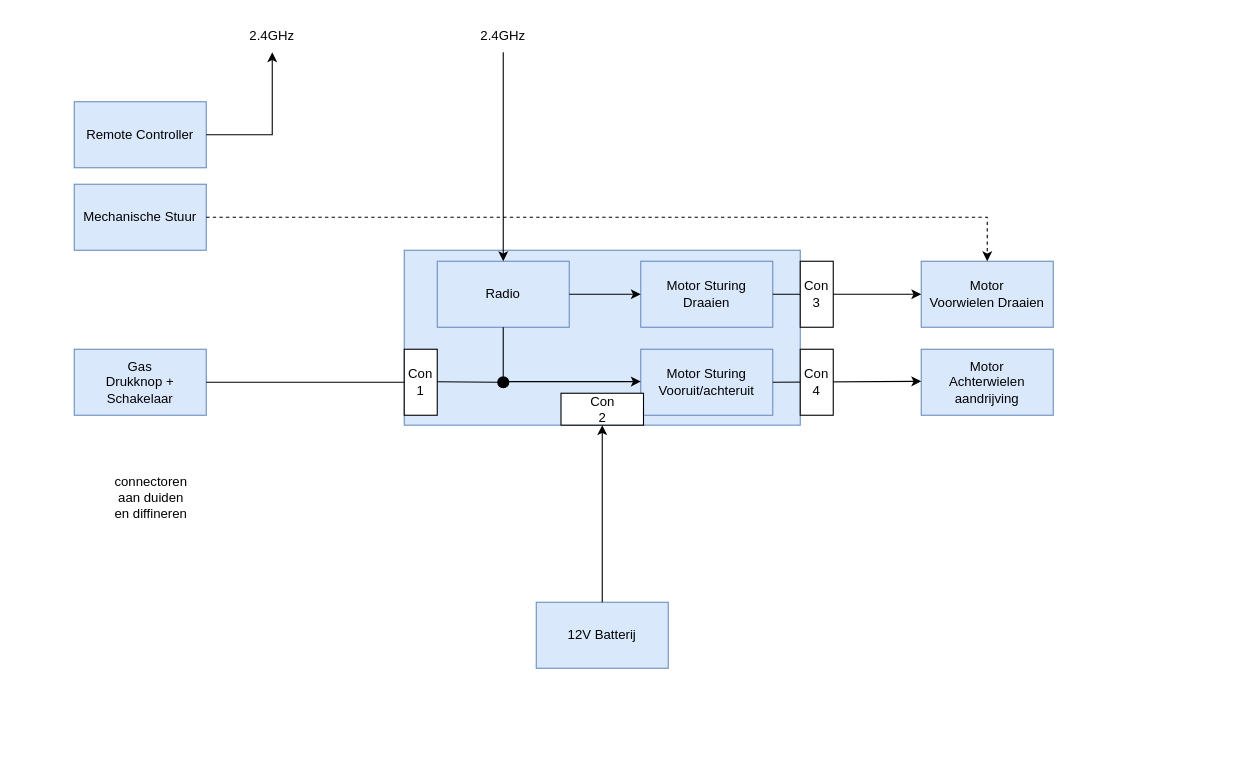
Before: page "blokdiagram huidig architectuur met connectoren" (6 of 7) of ArchitectuurDocumenten/Architectuur.drawio in vives-project-xp/GoBabyGo2.0, a draw.io diagram. Source tidied: cells renumbered, new cells numbered last; positions are measured from the earlier drawing's top-left corner, leaving out a move shared by most shapes. Both pictures are drawn from the tidied source at 110%, with x=0, y=0 at pixel (74, 19).
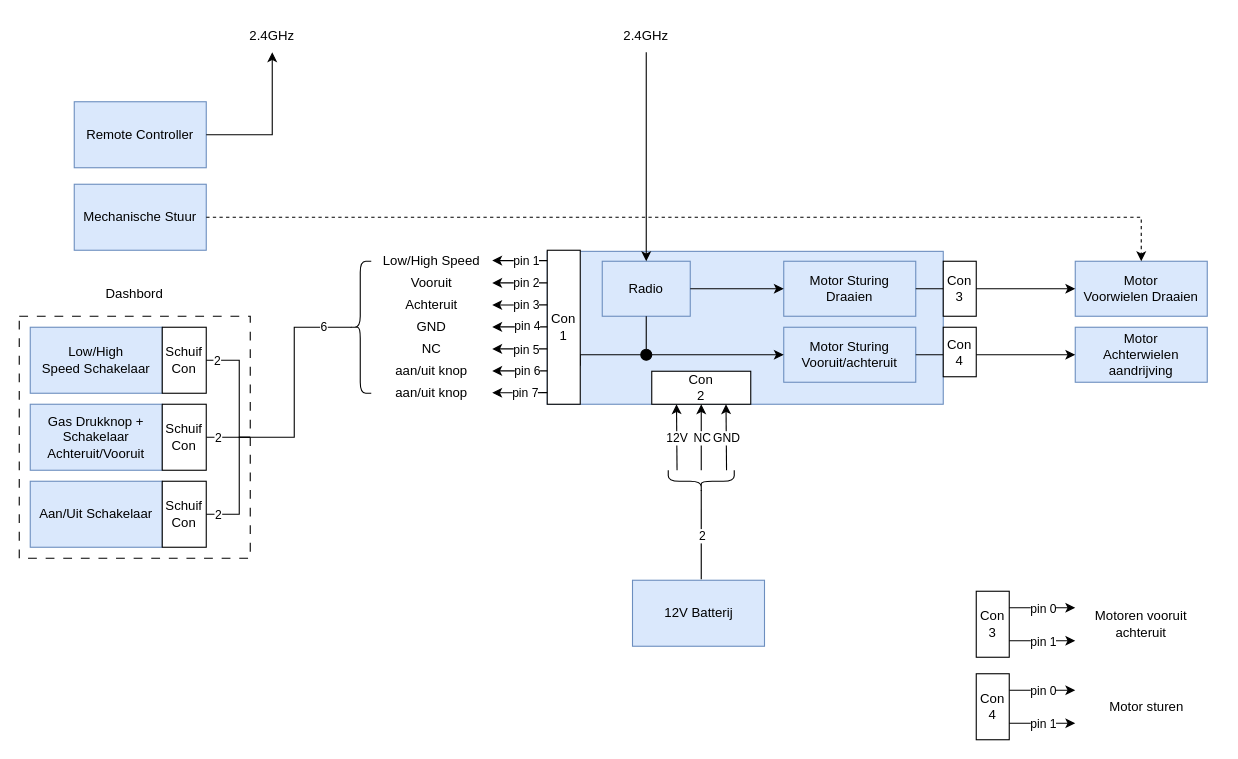
The same page after the edit.

The change refers to these unchanged cells:
```xml
<mxCell id="18" value="Mechanische Stuur" style="rounded=0;whiteSpace=wrap;html=1;fillColor=#dae8fc;strokeColor=#6c8ebf;" parent="1" vertex="1">
  <mxGeometry y="150" width="120" height="60" as="geometry" />
</mxCell>
```

What changed in the source:
```diff
@@
+    <mxCell id="31" style="rounded=0;whiteSpace=wrap;html=1;fillColor=none;dashed=1;dashPattern=8 8;" parent="1" vertex="1">
+      <mxGeometry x="-50" y="270" width="210" height="220" as="geometry" />
+    </mxCell>
     <mxCell id="2" style="rounded=0;whiteSpace=wrap;html=1;fillColor=#dae8fc;strokeColor=#6c8ebf;" parent="1" vertex="1">
-      <mxGeometry x="300" y="210" width="360" height="159" as="geometry" />
+      <mxGeometry x="430" y="211" width="360" height="139" as="geometry" />
     </mxCell>
     <mxCell id="3" value="Motor Sturing&lt;br&gt;Draaien" style="rounded=0;whiteSpace=wrap;html=1;fillColor=#dae8fc;strokeColor=#6c8ebf;" parent="1" vertex="1">
-      <mxGeometry x="515" y="220" width="120" height="60" as="geometry" />
+      <mxGeometry x="645" y="220" width="120" height="50" as="geometry" />
     </mxCell>
     <mxCell id="4" value="Motor Sturing&lt;br&gt;Vooruit/achteruit" style="rounded=0;whiteSpace=wrap;html=1;fillColor=#dae8fc;strokeColor=#6c8ebf;" parent="1" vertex="1">
-      <mxGeometry x="515" y="300" width="120" height="60" as="geometry" />
+      <mxGeometry x="645" y="280" width="120" height="50" as="geometry" />
     </mxCell>
     <mxCell id="5" value="Radio" style="rounded=0;whiteSpace=wrap;html=1;fillColor=#dae8fc;strokeColor=#6c8ebf;" parent="1" vertex="1">
-      <mxGeometry x="330" y="220" width="120" height="60" as="geometry" />
+      <mxGeometry x="480" y="220" width="80" height="50" as="geometry" />
     </mxCell>
@@
     <mxCell id="8" value="2.4GHz" style="text;html=1;strokeColor=none;fillColor=none;align=center;verticalAlign=middle;whiteSpace=wrap;rounded=0;" parent="1" vertex="1">
-      <mxGeometry x="360" width="60" height="30" as="geometry" />
+      <mxGeometry x="490" width="60" height="30" as="geometry" />
     </mxCell>
-    <mxCell id="9" value="Gas&lt;br&gt;Drukknop + Schakelaar" style="rounded=0;whiteSpace=wrap;html=1;fillColor=#dae8fc;strokeColor=#6c8ebf;" parent="1" vertex="1">
-      <mxGeometry y="300" width="120" height="60" as="geometry" />
+    <mxCell id="9" value="Gas Drukknop + Schakelaar Achteruit/Vooruit" style="rounded=0;whiteSpace=wrap;html=1;fillColor=#dae8fc;strokeColor=#6c8ebf;" parent="1" vertex="1">
+      <mxGeometry x="-40" y="350" width="120" height="60" as="geometry" />
     </mxCell>
-    <mxCell id="10" style="endArrow=classic;html=1;rounded=0;exitX=1;exitY=0.5;exitDx=0;exitDy=0;entryX=0;entryY=0.5;entryDx=0;entryDy=0;" parent="1" edge="1">
-      <mxGeometry relative="1" as="geometry">
-        <mxPoint x="395" y="329.4" as="sourcePoint" />
-        <mxPoint x="515" y="329.4" as="targetPoint" />
-      </mxGeometry>
+    <mxCell id="10" style="endArrow=classic;html=1;rounded=0;entryX=0;entryY=0.5;entryDx=0;entryDy=0;exitX=1;exitY=0.5;exitDx=0;exitDy=0;" parent="1" edge="1" source="21" target="4">
+      <mxGeometry relative="1" as="geometry" />
     </mxCell>
     <mxCell id="11" value="Motor&lt;br&gt;Achterwielen aandrijving" style="rounded=0;whiteSpace=wrap;html=1;fillColor=#dae8fc;strokeColor=#6c8ebf;" parent="1" vertex="1">
-      <mxGeometry x="770" y="300" width="120" height="60" as="geometry" />
+      <mxGeometry x="910" y="280" width="120" height="50" as="geometry" />
     </mxCell>
-    <mxCell id="12" style="endArrow=classic;html=1;rounded=0;exitX=1;exitY=0.5;exitDx=0;exitDy=0;entryX=0;entryY=0.5;entryDx=0;entryDy=0;" parent="1" edge="1" source="4">
-      <mxGeometry relative="1" as="geometry">
-        <mxPoint x="770" y="329.2" as="targetPoint" />
-      </mxGeometry>
+    <mxCell id="12" style="endArrow=classic;html=1;rounded=0;exitX=1;exitY=0.5;exitDx=0;exitDy=0;entryX=0;entryY=0.5;entryDx=0;entryDy=0;" parent="1" edge="1" source="4" target="11">
+      <mxGeometry relative="1" as="geometry" />
     </mxCell>
     <mxCell id="13" value="Motor&lt;br&gt;Voorwielen Draaien" style="rounded=0;whiteSpace=wrap;html=1;fillColor=#dae8fc;strokeColor=#6c8ebf;" parent="1" vertex="1">
-      <mxGeometry x="770" y="220" width="120" height="60" as="geometry" />
+      <mxGeometry x="910" y="220" width="120" height="50" as="geometry" />
     </mxCell>
@@
     <mxCell id="19" style="endArrow=classic;html=1;rounded=0;exitX=1;exitY=0.5;exitDx=0;exitDy=0;entryX=0.5;entryY=0;entryDx=0;entryDy=0;dashed=1;" parent="1" edge="1" source="18" target="13">
       <mxGeometry relative="1" as="geometry">
         <Array as="points">
-          <mxPoint x="830" y="180" />
+          <mxPoint x="970" y="180" />
         </Array>
       </mxGeometry>
     </mxCell>
-    <mxCell id="20" style="endArrow=none;html=1;rounded=0;exitX=0;exitY=0.75;exitDx=0;exitDy=0;entryX=0;entryY=0.5;entryDx=0;entryDy=0;endFill=0;" parent="1" edge="1" source="2" target="21">
-      <mxGeometry relative="1" as="geometry" />
+    <mxCell id="20" style="endArrow=none;html=1;rounded=0;exitX=1;exitY=0.75;exitDx=0;exitDy=0;entryX=0;entryY=0.5;entryDx=0;entryDy=0;endFill=0;" parent="1" edge="1" source="27" target="21">
+      <mxGeometry relative="1" as="geometry">
+        <Array as="points">
+          <mxPoint x="460" y="305" />
+        </Array>
+      </mxGeometry>
     </mxCell>
     <mxCell id="21" style="ellipse;whiteSpace=wrap;html=1;fillColor=#000000;" parent="1" vertex="1">
-      <mxGeometry x="385" y="325" width="10" height="10" as="geometry" />
+      <mxGeometry x="515" y="300" width="10" height="10" as="geometry" />
     </mxCell>
@@
     <mxCell id="23" value="12V Batterij" style="rounded=0;whiteSpace=wrap;html=1;fillColor=#dae8fc;strokeColor=#6c8ebf;" parent="1" vertex="1">
-      <mxGeometry x="420" y="530" width="120" height="60" as="geometry" />
+      <mxGeometry x="507.5" y="510" width="120" height="60" as="geometry" />
     </mxCell>
-    <mxCell id="24" style="endArrow=classic;html=1;rounded=0;exitX=0.5;exitY=0;exitDx=0;exitDy=0;entryX=0.5;entryY=1;entryDx=0;entryDy=0;" parent="1" edge="1" source="23" target="2">
-      <mxGeometry relative="1" as="geometry" />
-    </mxCell>
-    <mxCell id="25" style="endArrow=none;html=1;rounded=0;exitX=1;exitY=0.5;exitDx=0;exitDy=0;entryX=0;entryY=0.5;entryDx=0;entryDy=0;endFill=0;" parent="1" edge="1" source="9">
-      <mxGeometry relative="1" as="geometry">
-        <mxPoint x="300" y="330" as="targetPoint" />
-      </mxGeometry>
-    </mxCell>
-    <mxCell id="26" value="connectoren aan duiden en diffineren&lt;br&gt;" style="text;html=1;strokeColor=none;fillColor=none;align=center;verticalAlign=middle;whiteSpace=wrap;rounded=0;" parent="1" vertex="1">
-      <mxGeometry x="40" y="420" width="60" height="30" as="geometry" />
-    </mxCell>
     <mxCell id="27" value="Con&lt;br&gt;1" style="rounded=0;whiteSpace=wrap;html=1;" parent="1" vertex="1">
-      <mxGeometry x="300" y="300" width="30" height="60" as="geometry" />
+      <mxGeometry x="430" y="210" width="30" height="140" as="geometry" />
     </mxCell>
     <mxCell id="28" value="Con&lt;br&gt;2" style="rounded=0;whiteSpace=wrap;html=1;" parent="1" vertex="1">
-      <mxGeometry x="442.5" y="340" width="75" height="29" as="geometry" />
+      <mxGeometry x="525" y="320" width="90" height="30" as="geometry" />
     </mxCell>
     <mxCell id="29" value="Con&lt;br&gt;4" style="rounded=0;whiteSpace=wrap;html=1;" parent="1" vertex="1">
-      <mxGeometry x="660" y="300" width="30" height="60" as="geometry" />
+      <mxGeometry x="790" y="280" width="30" height="45" as="geometry" />
     </mxCell>
     <mxCell id="30" value="Con&lt;br&gt;3" style="rounded=0;whiteSpace=wrap;html=1;" parent="1" vertex="1">
-      <mxGeometry x="660" y="220" width="30" height="60" as="geometry" />
+      <mxGeometry x="790" y="220" width="30" height="50" as="geometry" />
     </mxCell>
+    <mxCell id="32" value="Low/High Speed" style="text;html=1;strokeColor=none;fillColor=none;align=center;verticalAlign=middle;whiteSpace=wrap;rounded=0;" parent="1" vertex="1">
+      <mxGeometry x="270" y="210" width="110" height="20" as="geometry" />
+    </mxCell>
+    <mxCell id="33" value="Vooruit" style="text;html=1;strokeColor=none;fillColor=none;align=center;verticalAlign=middle;whiteSpace=wrap;rounded=0;" parent="1" vertex="1">
+      <mxGeometry x="270" y="230" width="110" height="20" as="geometry" />
+    </mxCell>
+    <mxCell id="34" value="Achteruit" style="text;html=1;strokeColor=none;fillColor=none;align=center;verticalAlign=middle;whiteSpace=wrap;rounded=0;" parent="1" vertex="1">
+      <mxGeometry x="270" y="250" width="110" height="20" as="geometry" />
+    </mxCell>
+    <mxCell id="35" value="GND" style="text;html=1;strokeColor=none;fillColor=none;align=center;verticalAlign=middle;whiteSpace=wrap;rounded=0;" parent="1" vertex="1">
+      <mxGeometry x="270" y="270" width="110" height="20" as="geometry" />
+    </mxCell>
+    <mxCell id="36" value="NC" style="text;html=1;strokeColor=none;fillColor=none;align=center;verticalAlign=middle;whiteSpace=wrap;rounded=0;" parent="1" vertex="1">
+      <mxGeometry x="270" y="290" width="110" height="20" as="geometry" />
+    </mxCell>
+    <mxCell id="37" value="aan/uit knop" style="text;html=1;strokeColor=none;fillColor=none;align=center;verticalAlign=middle;whiteSpace=wrap;rounded=0;" parent="1" vertex="1">
+      <mxGeometry x="270" y="310" width="110" height="20" as="geometry" />
+    </mxCell>
+    <mxCell id="38" value="aan/uit knop" style="text;html=1;strokeColor=none;fillColor=none;align=center;verticalAlign=middle;whiteSpace=wrap;rounded=0;" parent="1" vertex="1">
+      <mxGeometry x="270" y="330" width="110" height="20" as="geometry" />
+    </mxCell>
+    <mxCell id="39" value="Con 4" style="rounded=0;whiteSpace=wrap;html=1;" parent="1" vertex="1">
+      <mxGeometry x="820" y="595" width="30" height="60" as="geometry" />
+    </mxCell>
+    <mxCell id="40" value="Con 3" style="rounded=0;whiteSpace=wrap;html=1;" parent="1" vertex="1">
+      <mxGeometry x="820" y="520" width="30" height="60" as="geometry" />
+    </mxCell>
+    <mxCell id="41" style="endArrow=classic;html=1;rounded=0;entryX=0;entryY=1;entryDx=0;entryDy=0;exitX=1;exitY=0.75;exitDx=0;exitDy=0;" parent="1" edge="1" source="39" target="50">
+      <mxGeometry relative="1" as="geometry" />
+    </mxCell>
+    <mxCell id="42" value="pin 1" style="edgeLabel;html=1;align=center;verticalAlign=middle;" parent="41" vertex="1">
+      <mxGeometry relative="1" as="geometry" />
+    </mxCell>
+    <mxCell id="43" style="endArrow=classic;html=1;rounded=0;entryX=0;entryY=0;entryDx=0;entryDy=0;exitX=1;exitY=0.25;exitDx=0;exitDy=0;" parent="1" edge="1" source="39" target="50">
+      <mxGeometry relative="1" as="geometry" />
+    </mxCell>
+    <mxCell id="44" value="pin 0" style="edgeLabel;html=1;align=center;verticalAlign=middle;" parent="43" vertex="1">
+      <mxGeometry relative="1" as="geometry" />
+    </mxCell>
+    <mxCell id="45" style="endArrow=classic;html=1;rounded=0;entryX=0;entryY=1;entryDx=0;entryDy=0;exitX=1;exitY=0.75;exitDx=0;exitDy=0;" parent="1" edge="1" source="40" target="49">
+      <mxGeometry relative="1" as="geometry" />
+    </mxCell>
+    <mxCell id="46" value="pin 1" style="edgeLabel;html=1;align=center;verticalAlign=middle;" parent="45" vertex="1">
+      <mxGeometry relative="1" as="geometry" />
+    </mxCell>
+    <mxCell id="47" style="endArrow=classic;html=1;rounded=0;entryX=0;entryY=0;entryDx=0;entryDy=0;exitX=1;exitY=0.25;exitDx=0;exitDy=0;" parent="1" edge="1" source="40" target="49">
+      <mxGeometry relative="1" as="geometry" />
+    </mxCell>
+    <mxCell id="48" value="pin 0" style="edgeLabel;html=1;align=center;verticalAlign=middle;" parent="47" vertex="1">
+      <mxGeometry relative="1" as="geometry" />
+    </mxCell>
+    <mxCell id="49" value="Motoren vooruit achteruit" style="text;html=1;strokeColor=none;fillColor=none;align=center;verticalAlign=middle;whiteSpace=wrap;rounded=0;" parent="1" vertex="1">
+      <mxGeometry x="910" y="535" width="120" height="30" as="geometry" />
+    </mxCell>
+    <mxCell id="50" value="Motor sturen" style="text;html=1;strokeColor=none;fillColor=none;align=center;verticalAlign=middle;whiteSpace=wrap;rounded=0;" parent="1" vertex="1">
+      <mxGeometry x="910" y="610" width="130" height="30" as="geometry" />
+    </mxCell>
+    <mxCell id="51" style="endArrow=classic;html=1;rounded=0;entryX=0.25;entryY=1;entryDx=0;entryDy=0;" parent="1" edge="1" target="28">
+      <mxGeometry relative="1" as="geometry">
+        <mxPoint x="548" y="410" as="sourcePoint" />
+      </mxGeometry>
+    </mxCell>
+    <mxCell id="52" value="12V" style="edgeLabel;html=1;align=center;verticalAlign=middle;" parent="51" vertex="1">
+      <mxGeometry relative="1" as="geometry" />
+    </mxCell>
+    <mxCell id="53" style="endArrow=classic;html=1;rounded=0;entryX=0.5;entryY=1;entryDx=0;entryDy=0;" parent="1" edge="1" target="28">
+      <mxGeometry relative="1" as="geometry">
+        <mxPoint x="570" y="410" as="sourcePoint" />
+      </mxGeometry>
+    </mxCell>
+    <mxCell id="54" value="NC" style="edgeLabel;html=1;align=center;verticalAlign=middle;" parent="53" vertex="1">
+      <mxGeometry relative="1" as="geometry" />
+    </mxCell>
+    <mxCell id="55" style="endArrow=classic;html=1;rounded=0;entryX=0.75;entryY=1;entryDx=0;entryDy=0;" parent="1" edge="1" target="28">
+      <mxGeometry relative="1" as="geometry">
+        <mxPoint x="593" y="410" as="sourcePoint" />
+      </mxGeometry>
+    </mxCell>
+    <mxCell id="56" value="GND" style="edgeLabel;html=1;align=center;verticalAlign=middle;" parent="55" vertex="1">
+      <mxGeometry relative="1" as="geometry" />
+    </mxCell>
+    <mxCell id="57" value="Low/High&lt;br&gt;Speed Schakelaar" style="rounded=0;whiteSpace=wrap;html=1;fillColor=#dae8fc;strokeColor=#6c8ebf;" parent="1" vertex="1">
+      <mxGeometry x="-40" y="280" width="120" height="60" as="geometry" />
+    </mxCell>
+    <mxCell id="58" value="Aan/Uit Schakelaar" style="rounded=0;whiteSpace=wrap;html=1;fillColor=#dae8fc;strokeColor=#6c8ebf;" parent="1" vertex="1">
+      <mxGeometry x="-40" y="420" width="120" height="60" as="geometry" />
+    </mxCell>
+    <mxCell id="59" style="endArrow=none;html=1;rounded=0;exitX=1;exitY=0.5;exitDx=0;exitDy=0;entryX=1;entryY=0.5;entryDx=0;entryDy=0;" parent="1" edge="1" source="31" target="62">
+      <mxGeometry relative="1" as="geometry" />
+    </mxCell>
+    <mxCell id="60" value="2" style="edgeLabel;html=1;align=center;verticalAlign=middle;" parent="59" vertex="1">
+      <mxGeometry x="0.5" relative="1" as="geometry" />
+    </mxCell>
+    <mxCell id="61" value="Schuif&lt;br&gt;Con" style="rounded=0;whiteSpace=wrap;html=1;" parent="1" vertex="1">
+      <mxGeometry x="80" y="280" width="40" height="60" as="geometry" />
+    </mxCell>
+    <mxCell id="62" value="Schuif&lt;br&gt;Con" style="rounded=0;whiteSpace=wrap;html=1;" parent="1" vertex="1">
+      <mxGeometry x="80" y="350" width="40" height="60" as="geometry" />
+    </mxCell>
+    <mxCell id="63" value="Schuif&lt;br&gt;Con" style="rounded=0;whiteSpace=wrap;html=1;" parent="1" vertex="1">
+      <mxGeometry x="80" y="420" width="40" height="60" as="geometry" />
+    </mxCell>
+    <mxCell id="64" style="endArrow=none;html=1;rounded=0;exitX=1;exitY=0.5;exitDx=0;exitDy=0;entryX=1;entryY=0.5;entryDx=0;entryDy=0;" parent="1" edge="1" source="63" target="31">
+      <mxGeometry relative="1" as="geometry">
+        <Array as="points">
+          <mxPoint x="150" y="450" />
+          <mxPoint x="150" y="380" />
+        </Array>
+      </mxGeometry>
+    </mxCell>
+    <mxCell id="65" value="2" style="edgeLabel;html=1;align=center;verticalAlign=middle;" parent="64" vertex="1">
+      <mxGeometry x="-0.75" relative="1" as="geometry">
+        <mxPoint x="-4" as="offset" />
+      </mxGeometry>
+    </mxCell>
+    <mxCell id="66" style="endArrow=none;html=1;rounded=0;exitX=1;exitY=0.5;exitDx=0;exitDy=0;entryX=1;entryY=0.5;entryDx=0;entryDy=0;" parent="1" edge="1" source="61" target="31">
+      <mxGeometry relative="1" as="geometry">
+        <Array as="points">
+          <mxPoint x="150" y="310" />
+          <mxPoint x="150" y="380" />
+        </Array>
+      </mxGeometry>
+    </mxCell>
+    <mxCell id="67" value="2" style="edgeLabel;html=1;align=center;verticalAlign=middle;" parent="66" vertex="1">
+      <mxGeometry x="-0.83" relative="1" as="geometry" />
+    </mxCell>
+    <mxCell id="68" value="Dashbord" style="text;html=1;strokeColor=none;fillColor=none;align=center;verticalAlign=middle;whiteSpace=wrap;rounded=0;" parent="1" vertex="1">
+      <mxGeometry x="25" y="235" width="60" height="30" as="geometry" />
+    </mxCell>
+    <mxCell id="69" style="endArrow=classic;html=1;rounded=0;" parent="1" edge="1">
+      <mxGeometry relative="1" as="geometry">
+        <mxPoint x="430" y="219.4" as="sourcePoint" />
+        <mxPoint x="380" y="219.4" as="targetPoint" />
+      </mxGeometry>
+    </mxCell>
+    <mxCell id="70" value="pin 1" style="edgeLabel;html=1;align=center;verticalAlign=middle;" parent="69" vertex="1">
+      <mxGeometry x="-0.03" relative="1" as="geometry">
+        <mxPoint x="4" as="offset" />
+      </mxGeometry>
+    </mxCell>
+    <mxCell id="71" style="endArrow=classic;html=1;rounded=0;" parent="1" edge="1">
+      <mxGeometry relative="1" as="geometry">
+        <mxPoint x="430" y="239.7" as="sourcePoint" />
+        <mxPoint x="380" y="239.7" as="targetPoint" />
+      </mxGeometry>
+    </mxCell>
+    <mxCell id="72" value="pin 2" style="edgeLabel;html=1;align=center;verticalAlign=middle;" parent="71" vertex="1">
+      <mxGeometry x="-0.25" relative="1" as="geometry">
+        <mxPoint x="-1" as="offset" />
+      </mxGeometry>
+    </mxCell>
+    <mxCell id="73" style="endArrow=classic;html=1;rounded=0;" parent="1" edge="1">
+      <mxGeometry relative="1" as="geometry">
+        <mxPoint x="430" y="259.7" as="sourcePoint" />
+        <mxPoint x="380" y="259.8" as="targetPoint" />
+      </mxGeometry>
+    </mxCell>
+    <mxCell id="74" value="pin 3" style="edgeLabel;html=1;align=center;verticalAlign=middle;" parent="73" vertex="1">
+      <mxGeometry x="-0.22" relative="1" as="geometry" />
+    </mxCell>
+    <mxCell id="75" style="endArrow=classic;html=1;rounded=0;" parent="1" edge="1">
+      <mxGeometry relative="1" as="geometry">
+        <mxPoint x="430" y="279.7" as="sourcePoint" />
+        <mxPoint x="380" y="279.7" as="targetPoint" />
+      </mxGeometry>
+    </mxCell>
+    <mxCell id="76" value="pin 4" style="edgeLabel;html=1;align=center;verticalAlign=middle;" parent="75" vertex="1">
+      <mxGeometry x="-0.24" y="-1" relative="1" as="geometry" />
+    </mxCell>
+    <mxCell id="77" style="endArrow=classic;html=1;rounded=0;" parent="1" edge="1">
+      <mxGeometry relative="1" as="geometry">
+        <mxPoint x="430" y="299.7" as="sourcePoint" />
+        <mxPoint x="380" y="299.7" as="targetPoint" />
+      </mxGeometry>
+    </mxCell>
+    <mxCell id="78" value="pin 5" style="edgeLabel;html=1;align=center;verticalAlign=middle;" parent="77" vertex="1">
+      <mxGeometry x="-0.22" y="1" relative="1" as="geometry" />
+    </mxCell>
+    <mxCell id="79" style="endArrow=classic;html=1;rounded=0;" parent="1" edge="1">
+      <mxGeometry relative="1" as="geometry">
+        <mxPoint x="430" y="319.7" as="sourcePoint" />
+        <mxPoint x="380" y="319.7" as="targetPoint" />
+      </mxGeometry>
+    </mxCell>
+    <mxCell id="80" value="pin 6" style="edgeLabel;html=1;align=center;verticalAlign=middle;" parent="79" vertex="1">
+      <mxGeometry x="-0.25" y="1" relative="1" as="geometry">
+        <mxPoint y="-1" as="offset" />
+      </mxGeometry>
+    </mxCell>
+    <mxCell id="81" style="endArrow=classic;html=1;rounded=0;" parent="1" edge="1">
+      <mxGeometry relative="1" as="geometry">
+        <mxPoint x="430" y="339.4" as="sourcePoint" />
+        <mxPoint x="380" y="339.6" as="targetPoint" />
+      </mxGeometry>
+    </mxCell>
+    <mxCell id="82" value="pin 7" style="edgeLabel;html=1;align=center;verticalAlign=middle;" parent="81" vertex="1">
+      <mxGeometry x="-0.22" y="-1" relative="1" as="geometry">
+        <mxPoint y="1" as="offset" />
+      </mxGeometry>
+    </mxCell>
+    <mxCell id="83" style="shape=curlyBracket;whiteSpace=wrap;html=1;rounded=1;labelPosition=left;verticalLabelPosition=middle;align=right;verticalAlign=middle;" parent="1" vertex="1">
+      <mxGeometry x="250" y="220" width="20" height="120" as="geometry" />
+    </mxCell>
+    <mxCell id="84" style="endArrow=none;html=1;rounded=0;entryX=0.1;entryY=0.5;entryDx=0;entryDy=0;entryPerimeter=0;exitX=1;exitY=0.5;exitDx=0;exitDy=0;" parent="1" edge="1" source="31" target="83">
+      <mxGeometry relative="1" as="geometry">
+        <Array as="points">
+          <mxPoint x="200" y="380" />
+          <mxPoint x="200" y="280" />
+        </Array>
+      </mxGeometry>
+    </mxCell>
+    <mxCell id="85" value="6" style="edgeLabel;html=1;align=center;verticalAlign=middle;" parent="84" vertex="1">
+      <mxGeometry x="0.73" y="1" relative="1" as="geometry" />
+    </mxCell>
+    <mxCell id="86" style="shape=curlyBracket;whiteSpace=wrap;html=1;rounded=1;labelPosition=left;verticalLabelPosition=middle;align=right;verticalAlign=middle;direction=north;" parent="1" vertex="1">
+      <mxGeometry x="540" y="410" width="60" height="20" as="geometry" />
+    </mxCell>
+    <mxCell id="87" style="endArrow=none;html=1;rounded=0;entryX=0.1;entryY=0.5;entryDx=0;entryDy=0;entryPerimeter=0;exitX=0.521;exitY=-0.014;exitDx=0;exitDy=0;exitPerimeter=0;" parent="1" edge="1" source="23" target="86">
+      <mxGeometry relative="1" as="geometry" />
+    </mxCell>
+    <mxCell id="88" value="2" style="edgeLabel;html=1;align=center;verticalAlign=middle;" parent="87" vertex="1">
+      <mxGeometry x="-0.02" relative="1" as="geometry" />
+    </mxCell>
```
